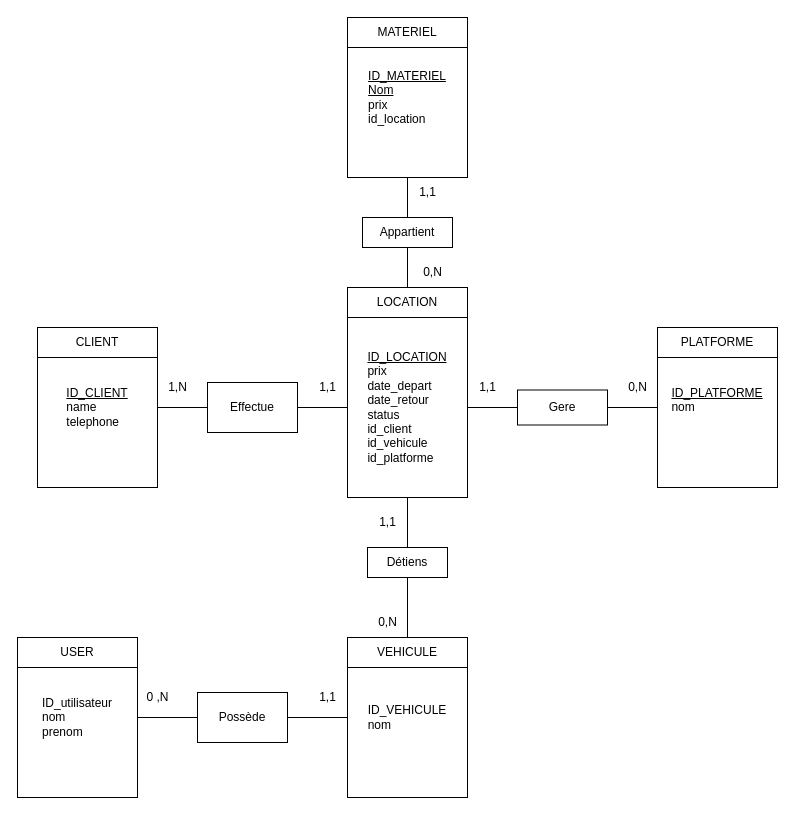
Theophile-Dcn/dashboard-project keeps this draw.io diagram as prisma/mcd.drawio. Above is the earlier version. Source tidied: cells renumbered, new cells numbered last; positions are measured from the earlier drawing's top-left corner, leaving out a move shared by most shapes. Both pictures are drawn from the tidied source at 100%, with x=0, y=0 at pixel (17, 17).
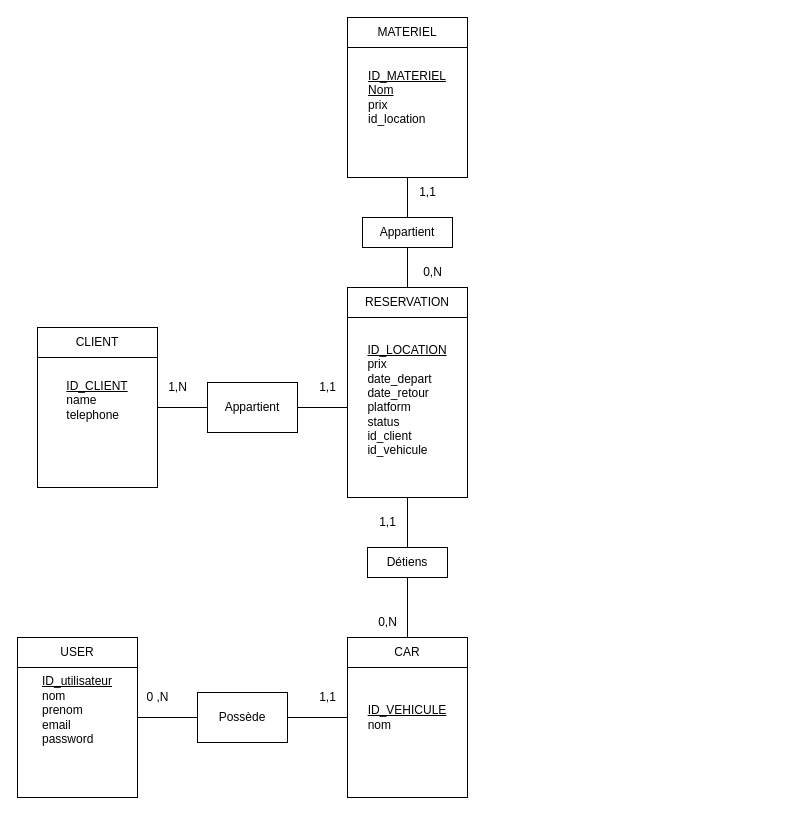
The same diagram, later.

What changed in the source:
```diff
@@
-    <mxCell id="3" value="&lt;div style=&quot;text-align: left;&quot;&gt;&lt;span style=&quot;background-color: initial;&quot;&gt;ID_utilisateur&lt;/span&gt;&lt;/div&gt;&lt;div style=&quot;text-align: left;&quot;&gt;&lt;span style=&quot;background-color: initial;&quot;&gt;nom&lt;/span&gt;&lt;/div&gt;&lt;div style=&quot;text-align: left;&quot;&gt;&lt;span style=&quot;background-color: initial;&quot;&gt;prenom&lt;/span&gt;&lt;/div&gt;" style="whiteSpace=wrap;html=1;" parent="1" vertex="1">
+    <mxCell id="3" value="&lt;div style=&quot;text-align: left;&quot;&gt;&lt;span style=&quot;background-color: initial;&quot;&gt;&lt;u&gt;ID_utilisateur&lt;/u&gt;&lt;/span&gt;&lt;/div&gt;&lt;div style=&quot;text-align: left;&quot;&gt;&lt;span style=&quot;background-color: initial;&quot;&gt;nom&lt;/span&gt;&lt;/div&gt;&lt;div style=&quot;text-align: left;&quot;&gt;&lt;span style=&quot;background-color: initial;&quot;&gt;prenom&lt;/span&gt;&lt;/div&gt;&lt;div style=&quot;text-align: left;&quot;&gt;&lt;span style=&quot;background-color: initial;&quot;&gt;email&lt;/span&gt;&lt;/div&gt;&lt;div style=&quot;text-align: left;&quot;&gt;&lt;span style=&quot;background-color: initial;&quot;&gt;password&lt;/span&gt;&lt;/div&gt;&lt;div style=&quot;text-align: left;&quot;&gt;&lt;br&gt;&lt;/div&gt;" style="whiteSpace=wrap;html=1;" parent="1" vertex="1">
       <mxGeometry y="620" width="120" height="160" as="geometry" />
     </mxCell>
-    <mxCell id="4" value="&lt;div style=&quot;text-align: left;&quot;&gt;&lt;u style=&quot;background-color: initial;&quot;&gt;ID_PLATFORME&lt;/u&gt;&lt;/div&gt;&lt;div style=&quot;text-align: left;&quot;&gt;&lt;span style=&quot;background-color: initial;&quot;&gt;nom&lt;/span&gt;&lt;/div&gt;&lt;div style=&quot;text-decoration-line: underline; text-align: left;&quot;&gt;&lt;br&gt;&lt;/div&gt;" style="whiteSpace=wrap;html=1;" parent="1" vertex="1">
-      <mxGeometry x="640" y="310" width="120" height="160" as="geometry" />
-    </mxCell>
@@
-    <mxCell id="6" value="&lt;div style=&quot;text-align: left;&quot;&gt;&lt;span style=&quot;background-color: initial;&quot;&gt;ID_VEHICULE&lt;/span&gt;&lt;/div&gt;&lt;div style=&quot;text-align: left;&quot;&gt;&lt;span style=&quot;background-color: initial;&quot;&gt;nom&lt;/span&gt;&lt;/div&gt;" style="whiteSpace=wrap;html=1;" parent="1" vertex="1">
+    <mxCell id="6" value="&lt;div style=&quot;text-align: left;&quot;&gt;&lt;span style=&quot;background-color: initial;&quot;&gt;&lt;u&gt;ID_VEHICULE&lt;/u&gt;&lt;/span&gt;&lt;/div&gt;&lt;div style=&quot;text-align: left;&quot;&gt;&lt;span style=&quot;background-color: initial;&quot;&gt;nom&lt;/span&gt;&lt;/div&gt;" style="whiteSpace=wrap;html=1;" parent="1" vertex="1">
       <mxGeometry x="330" y="620" width="120" height="160" as="geometry" />
     </mxCell>
@@
-    <mxCell id="8" style="edgeStyle=none;html=1;endArrow=none;endFill=0;startArrow=none;" parent="1" edge="1" source="36" target="4">
-      <mxGeometry relative="1" as="geometry" />
-    </mxCell>
-    <mxCell id="9" value="&lt;u&gt;ID_LOCATION&lt;br&gt;&lt;/u&gt;&lt;div style=&quot;text-align: left;&quot;&gt;&lt;span style=&quot;background-color: initial;&quot;&gt;prix&lt;/span&gt;&lt;/div&gt;&lt;div style=&quot;text-align: left;&quot;&gt;&lt;span style=&quot;background-color: initial;&quot;&gt;date_depart&lt;/span&gt;&lt;/div&gt;&lt;div style=&quot;text-align: left;&quot;&gt;&lt;span style=&quot;background-color: initial;&quot;&gt;date_retour&lt;/span&gt;&lt;/div&gt;&lt;div style=&quot;text-align: left;&quot;&gt;status&lt;/div&gt;&lt;div style=&quot;text-align: left;&quot;&gt;id_client&lt;/div&gt;&lt;div style=&quot;text-align: left;&quot;&gt;&lt;span style=&quot;background-color: initial;&quot;&gt;id_vehicule&lt;/span&gt;&lt;/div&gt;&lt;div style=&quot;text-align: left;&quot;&gt;&lt;span style=&quot;background-color: initial;&quot;&gt;id_platforme&lt;/span&gt;&lt;/div&gt;" style="whiteSpace=wrap;html=1;" parent="1" vertex="1">
+    <mxCell id="9" value="&lt;u&gt;ID_LOCATION&lt;br&gt;&lt;/u&gt;&lt;div style=&quot;text-align: left;&quot;&gt;&lt;span style=&quot;background-color: initial;&quot;&gt;prix&lt;/span&gt;&lt;/div&gt;&lt;div style=&quot;text-align: left;&quot;&gt;&lt;span style=&quot;background-color: initial;&quot;&gt;date_depart&lt;/span&gt;&lt;/div&gt;&lt;div style=&quot;text-align: left;&quot;&gt;&lt;span style=&quot;background-color: initial;&quot;&gt;date_retour&lt;/span&gt;&lt;/div&gt;&lt;div style=&quot;text-align: left;&quot;&gt;&lt;span style=&quot;background-color: initial;&quot;&gt;platform&lt;/span&gt;&lt;/div&gt;&lt;div style=&quot;text-align: left;&quot;&gt;status&lt;/div&gt;&lt;div style=&quot;text-align: left;&quot;&gt;id_client&lt;/div&gt;&lt;div style=&quot;text-align: left;&quot;&gt;&lt;span style=&quot;background-color: initial;&quot;&gt;id_vehicule&lt;/span&gt;&lt;/div&gt;&lt;div style=&quot;text-align: left;&quot;&gt;&lt;br&gt;&lt;/div&gt;" style="whiteSpace=wrap;html=1;" parent="1" vertex="1">
       <mxGeometry x="330" y="300" width="120" height="180" as="geometry" />
     </mxCell>
@@
-    <mxCell id="19" value="&lt;div style=&quot;text-align: left;&quot;&gt;&lt;u style=&quot;background-color: initial;&quot;&gt;ID_CLIENT&lt;/u&gt;&lt;/div&gt;&lt;div style=&quot;text-align: left;&quot;&gt;&lt;span style=&quot;background-color: initial;&quot;&gt;name&lt;/span&gt;&lt;/div&gt;&lt;div style=&quot;text-align: left;&quot;&gt;&lt;span style=&quot;background-color: initial;&quot;&gt;telephone&lt;/span&gt;&lt;/div&gt;" style="whiteSpace=wrap;html=1;" parent="1" vertex="1">
+    <mxCell id="19" value="&lt;div style=&quot;text-align: left;&quot;&gt;&lt;u style=&quot;background-color: initial;&quot;&gt;ID_CLIENT&lt;/u&gt;&lt;/div&gt;&lt;div style=&quot;text-align: left;&quot;&gt;&lt;span style=&quot;background-color: initial;&quot;&gt;name&lt;/span&gt;&lt;/div&gt;&lt;div style=&quot;text-align: left;&quot;&gt;&lt;span style=&quot;background-color: initial;&quot;&gt;telephone&lt;/span&gt;&lt;/div&gt;&lt;div style=&quot;text-align: left;&quot;&gt;&lt;br&gt;&lt;/div&gt;" style="whiteSpace=wrap;html=1;" parent="1" vertex="1">
       <mxGeometry x="20" y="310" width="120" height="160" as="geometry" />
     </mxCell>
@@
-    <mxCell id="24" value="1,1" style="text;html=1;align=center;verticalAlign=middle;strokeColor=none;fillColor=none;" parent="1" vertex="1">
-      <mxGeometry x="450" y="355" width="40" height="30" as="geometry" />
-    </mxCell>
-    <mxCell id="25" value="0,N" style="text;html=1;align=center;verticalAlign=middle;strokeColor=none;fillColor=none;" parent="1" vertex="1">
-      <mxGeometry x="600" y="355" width="40" height="30" as="geometry" />
-    </mxCell>
@@
-    <mxCell id="27" value="LOCATION" style="whiteSpace=wrap;html=1;" parent="1" vertex="1">
+    <mxCell id="27" value="RESERVATION" style="whiteSpace=wrap;html=1;" parent="1" vertex="1">
       <mxGeometry x="330" y="270" width="120" height="30" as="geometry" />
     </mxCell>
-    <mxCell id="28" style="edgeStyle=none;html=1;endArrow=none;endFill=0;" parent="1" edge="1" source="29" target="4">
-      <mxGeometry relative="1" as="geometry" />
-    </mxCell>
-    <mxCell id="29" value="PLATFORME" style="whiteSpace=wrap;html=1;" parent="1" vertex="1">
-      <mxGeometry x="640" y="310" width="120" height="30" as="geometry" />
-    </mxCell>
-    <mxCell id="30" value="VEHICULE" style="whiteSpace=wrap;html=1;" parent="1" vertex="1">
+    <mxCell id="30" value="CAR" style="whiteSpace=wrap;html=1;" parent="1" vertex="1">
       <mxGeometry x="330" y="620" width="120" height="30" as="geometry" />
     </mxCell>
@@
-    <mxCell id="34" value="Effectue" style="whiteSpace=wrap;html=1;" parent="1" vertex="1">
+    <mxCell id="34" value="Appartient" style="whiteSpace=wrap;html=1;" parent="1" vertex="1">
       <mxGeometry x="190" y="365" width="90" height="50" as="geometry" />
     </mxCell>
-    <mxCell id="35" style="edgeStyle=none;html=1;endArrow=none;endFill=0;" parent="1" edge="1" source="9" target="36">
-      <mxGeometry relative="1" as="geometry" />
-    </mxCell>
-    <mxCell id="36" value="Gere" style="whiteSpace=wrap;html=1;" parent="1" vertex="1">
-      <mxGeometry x="500" y="372.5" width="90" height="35" as="geometry" />
-    </mxCell>
```
